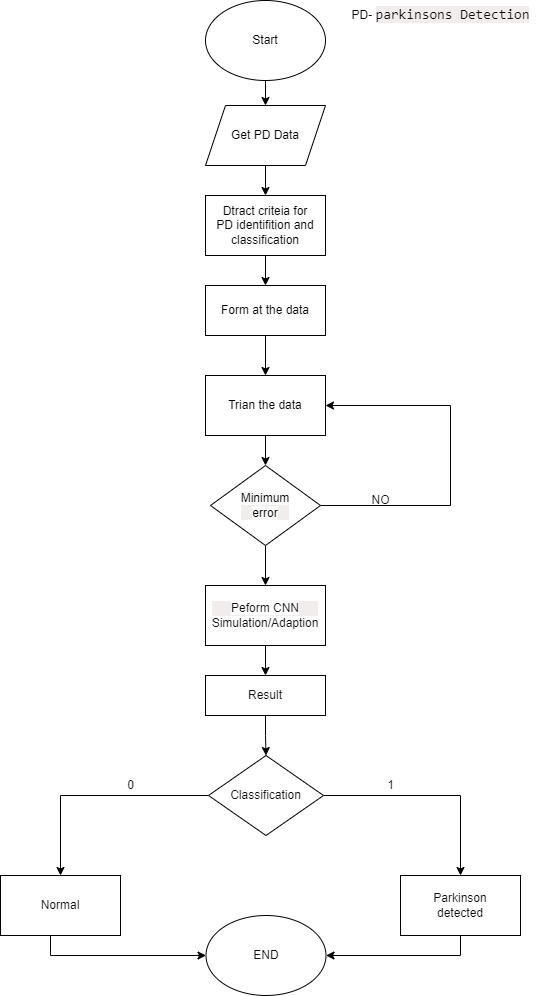
thesourabhk/finalYearProject keeps this draw.io diagram as perkinson Diagram.drawio.png. Above is the earlier version. Source tidied: cells renumbered, new cells last; positions are measured from the earlier drawing's top-left corner, leaving out a move shared by most shapes.
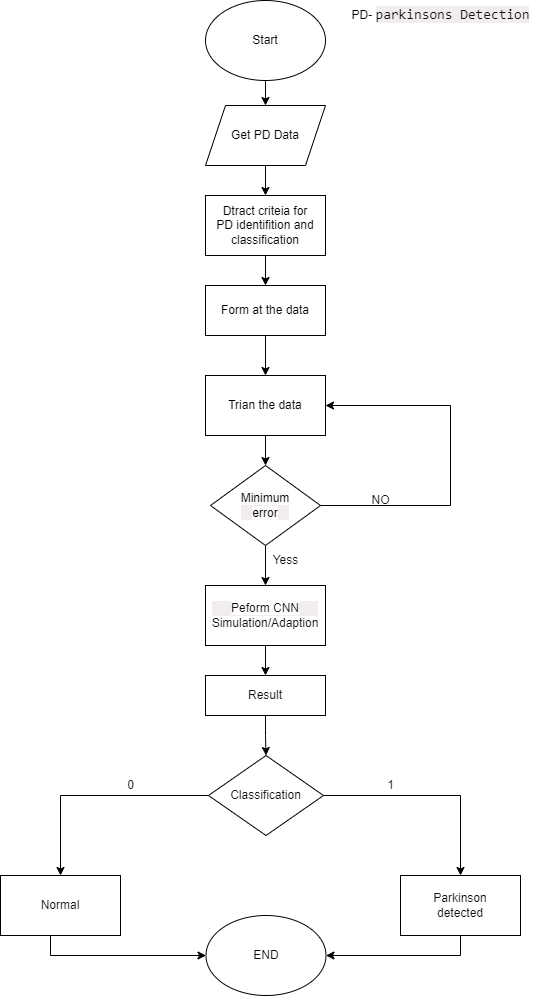
The same diagram one commit later.

Diff of the diagram source:
```diff
@@ -110,5 +110,8 @@
     <mxCell id="30" value="1" style="text;html=1;align=center;verticalAlign=middle;strokeColor=none;fillColor=none;fontColor=#0d0d0d;" parent="1" vertex="1">
       <mxGeometry x="375" y="770" width="30" height="30" as="geometry" />
     </mxCell>
+    <mxCell id="31" value="Yess" style="text;html=1;align=center;verticalAlign=middle;strokeColor=none;fillColor=none;fontColor=#0d0d0d;" parent="1" vertex="1">
+      <mxGeometry x="260" y="545" width="50" height="30" as="geometry" />
+    </mxCell>
   </root>
 </mxGraphModel>
```
